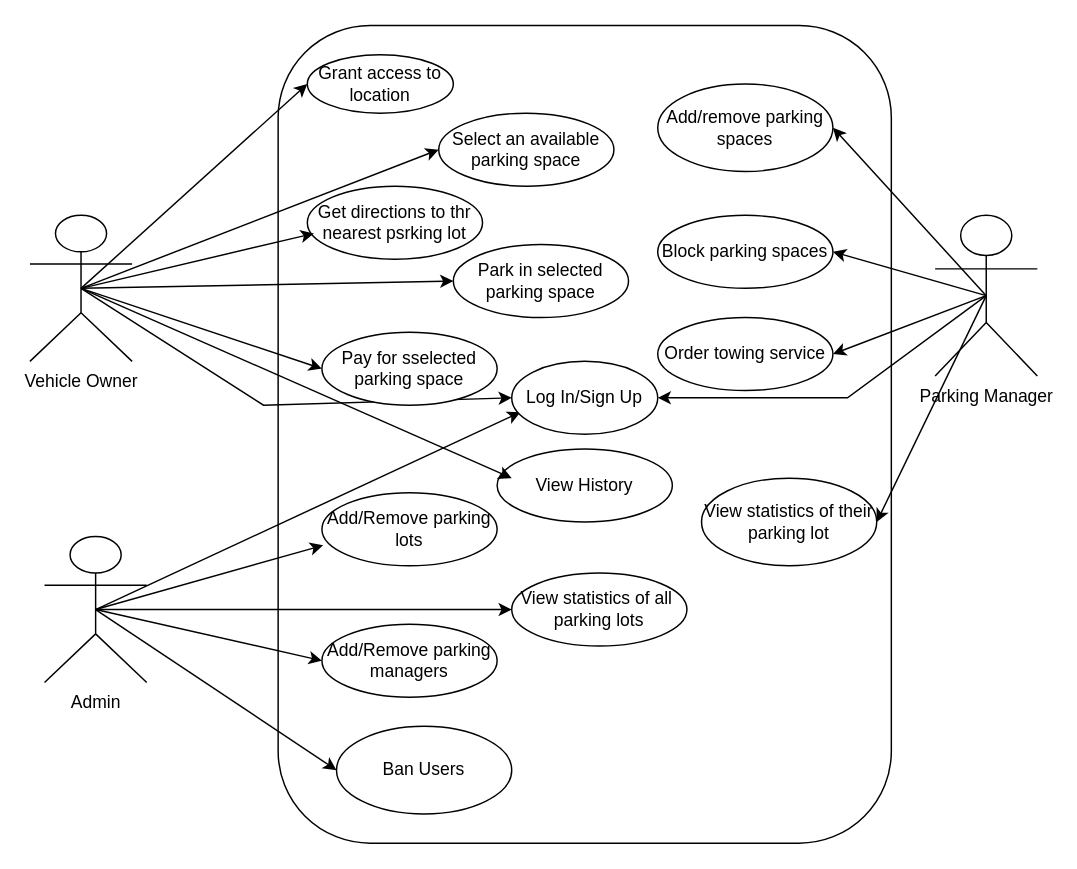
annKimani-ICS/IoT-Parking-Mgmnt keeps this draw.io diagram as Documentation/Use Case Diagram.drawio. Above is the earlier version. Source tidied: cells renumbered, new cells numbered last; positions are measured from the earlier drawing's top-left corner, leaving out a move shared by most shapes. Both pictures are drawn from the tidied source at 146%, with x=0, y=0 at pixel (29, 25).
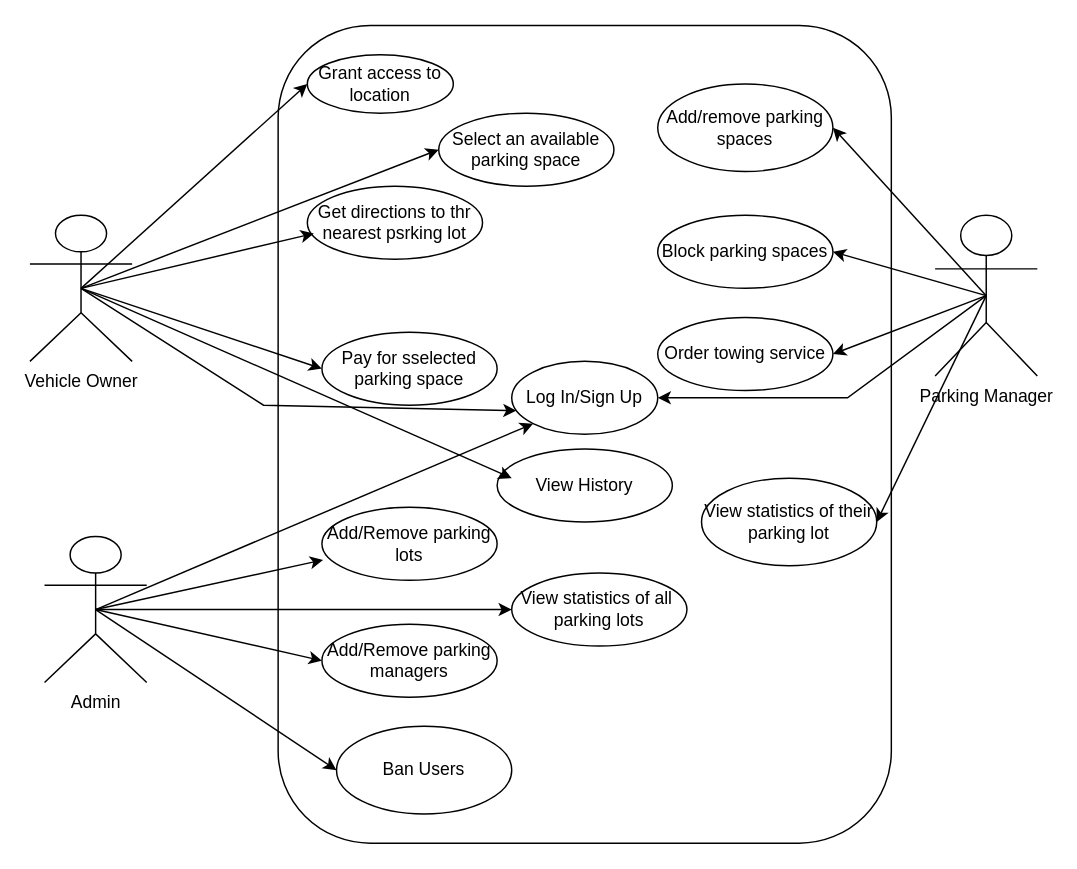
After the change.

Commit message (it also covers changes not shown here):
Changes to system diagram and api key for google maps update

Unchanged cells that the change refers to:
```xml
<mxCell id="8" value="Vehicle Owner" style="shape=umlActor;verticalLabelPosition=bottom;verticalAlign=top;html=1;outlineConnect=0;" parent="1" vertex="1">
  <mxGeometry y="130" width="70" height="100" as="geometry" />
</mxCell>
<mxCell id="19" value="Admin" style="shape=umlActor;verticalLabelPosition=bottom;verticalAlign=top;html=1;outlineConnect=0;" parent="1" vertex="1">
  <mxGeometry x="10" y="350" width="70" height="100" as="geometry" />
</mxCell>
<mxCell id="37" value="Log In/Sign Up" style="ellipse;whiteSpace=wrap;html=1;" parent="1" vertex="1">
  <mxGeometry x="330" y="230" width="100" height="50" as="geometry" />
</mxCell>
```

What changed in the source:
```diff
@@
-    <mxCell id="4" style="rounded=0;jettySize=auto;html=1;exitX=0.5;exitY=0.5;exitDx=0;exitDy=0;exitPerimeter=0;entryX=0;entryY=0.5;entryDx=0;entryDy=0;" parent="1" edge="1" source="8" target="23">
-      <mxGeometry relative="1" as="geometry" />
-    </mxCell>
@@
-    <mxCell id="7" style="rounded=0;jettySize=auto;html=1;exitX=0.5;exitY=0.5;exitDx=0;exitDy=0;exitPerimeter=0;entryX=0;entryY=0.5;entryDx=0;entryDy=0;" parent="1" edge="1" source="8" target="37">
+    <mxCell id="7" style="rounded=0;jettySize=auto;html=1;exitX=0.5;exitY=0.5;exitDx=0;exitDy=0;exitPerimeter=0;entryX=0.032;entryY=0.676;entryDx=0;entryDy=0;entryPerimeter=0;" parent="1" edge="1" source="8" target="37">
       <mxGeometry relative="1" as="geometry">
         <Array as="points">
           <mxPoint x="160" y="260" />
         </Array>
       </mxGeometry>
     </mxCell>
@@
-    <mxCell id="18" style="rounded=0;jettySize=auto;html=1;exitX=0.5;exitY=0.5;exitDx=0;exitDy=0;exitPerimeter=0;entryX=0.06;entryY=0.696;entryDx=0;entryDy=0;entryPerimeter=0;" parent="1" edge="1" source="19" target="37">
+    <mxCell id="18" style="rounded=0;jettySize=auto;html=1;exitX=0.5;exitY=0.5;exitDx=0;exitDy=0;exitPerimeter=0;entryX=0;entryY=1;entryDx=0;entryDy=0;" parent="1" edge="1" source="19" target="37">
       <mxGeometry relative="1" as="geometry" />
     </mxCell>
@@
-    <mxCell id="23" value="Park in selected parking space" style="ellipse;whiteSpace=wrap;html=1;" parent="1" vertex="1">
-      <mxGeometry x="290" y="150" width="120" height="50" as="geometry" />
-    </mxCell>
@@
     <mxCell id="28" value="Add/Remove parking lots" style="ellipse;whiteSpace=wrap;html=1;" parent="1" vertex="1">
-      <mxGeometry x="200" y="320" width="120" height="50" as="geometry" />
+      <mxGeometry x="200" y="330" width="120" height="50" as="geometry" />
     </mxCell>
```
